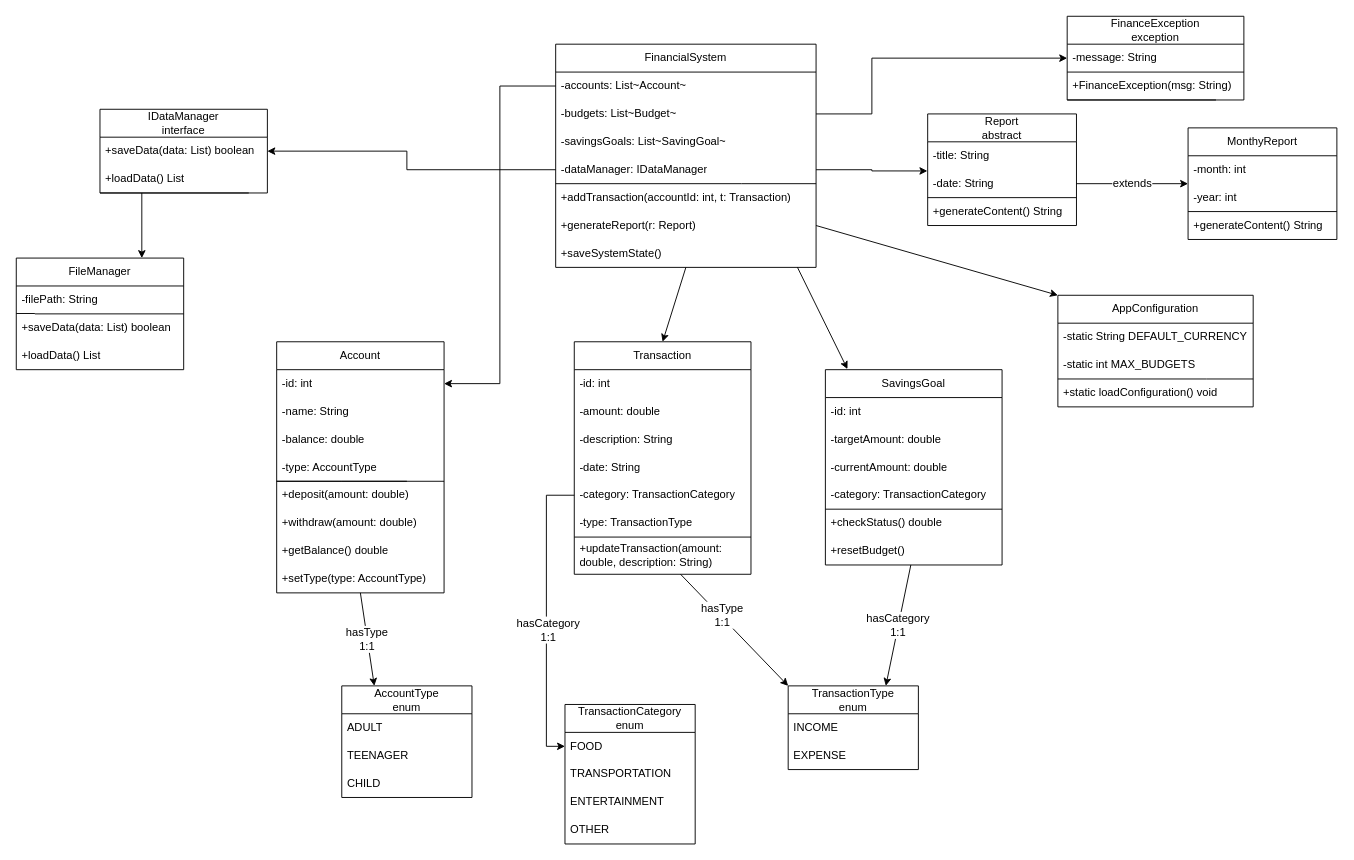
The draw.io diagram Docs/UML.drawio.xml in undeMalum/finance-manager, before the edit. Source tidied: cells renumbered, new cells numbered last; positions are measured from the earlier drawing's top-left corner, leaving out a move shared by most shapes. Both pictures are drawn from the tidied source at 93%, with x=0, y=0 at pixel (16, 16).
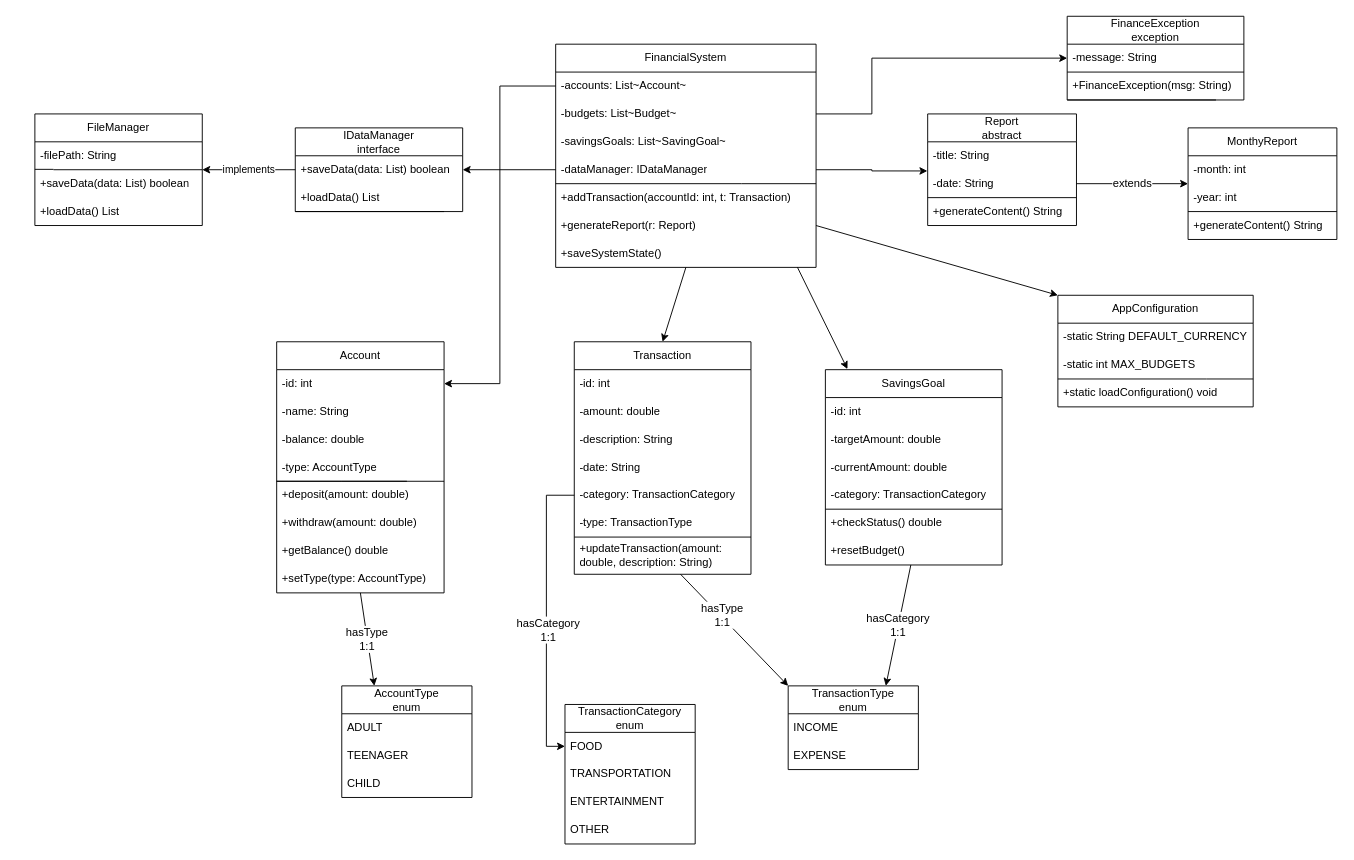
The same page after the edit.

Commit message:
simplify interface part of the UML

Unchanged cells that the change refers to:
```xml
<mxCell id="30" value="-dataManager: IDataManager" style="text;strokeColor=none;fillColor=none;align=left;verticalAlign=middle;spacingLeft=4;spacingRight=4;overflow=hidden;points=[[0,0.5],[1,0.5]];portConstraint=eastwest;whiteSpace=wrap;html=1;fontFamily=Helvetica;fontSize=12;fontColor=default;fontStyle=0;horizontal=1;" parent="26" vertex="1">
  <mxGeometry y="120" width="280" height="30" as="geometry" />
</mxCell>
<mxCell id="65" value="+saveData(data: List) boolean" style="text;strokeColor=none;fillColor=none;align=left;verticalAlign=middle;spacingLeft=4;spacingRight=4;overflow=hidden;points=[[0,0.5],[1,0.5]];portConstraint=eastwest;whiteSpace=wrap;html=1;fontFamily=Helvetica;fontSize=12;fontColor=default;fontStyle=0;horizontal=1;" parent="64" vertex="1">
  <mxGeometry y="30" width="180" height="30" as="geometry" />
</mxCell>
```

Change to the diagram source:
```diff
@@
-    <mxCell id="37" style="endArrow=classic;html=1;rounded=0;fontFamily=Helvetica;fontSize=12;fontColor=default;fontStyle=0;horizontal=1;exitX=0;exitY=0.5;exitDx=0;exitDy=0;entryX=1;entryY=0.5;entryDx=0;entryDy=0;" parent="1" edge="1" source="30" target="65">
-      <mxGeometry relative="1" as="geometry">
-        <Array as="points">
-          <mxPoint x="420" y="165" />
-          <mxPoint x="420" y="145" />
-        </Array>
-      </mxGeometry>
-    </mxCell>
@@
     <mxCell id="64" value="IDataManager&lt;div&gt;interface&lt;/div&gt;" style="swimlane;fontStyle=0;horizontal=1;startSize=30;whiteSpace=wrap;html=1;strokeColor=default;align=center;verticalAlign=middle;fontFamily=Helvetica;fontSize=12;fontColor=default;fillColor=default;" parent="1" vertex="1">
-      <mxGeometry x="90" y="100" width="180" height="90" as="geometry" />
+      <mxGeometry x="300" y="120" width="180" height="90" as="geometry" />
     </mxCell>
@@
-    <mxCell id="68" style="edgeStyle=orthogonalEdgeStyle;rounded=0;jettySize=auto;html=1;exitX=0.75;exitY=0;exitDx=0;exitDy=0;fontFamily=Helvetica;fontSize=12;fontColor=default;fontStyle=0;horizontal=1;startArrow=classic;startFill=1;endArrow=none;endFill=0;" parent="1" edge="1" source="69">
-      <mxGeometry relative="1" as="geometry">
-        <mxPoint x="135" y="190" as="targetPoint" />
-      </mxGeometry>
-    </mxCell>
     <mxCell id="69" value="FileManager" style="swimlane;fontStyle=0;horizontal=1;startSize=30;whiteSpace=wrap;html=1;strokeColor=default;align=center;verticalAlign=middle;fontFamily=Helvetica;fontSize=12;fontColor=default;fillColor=default;" parent="1" vertex="1">
-      <mxGeometry y="260" width="180" height="120" as="geometry" />
+      <mxGeometry x="20" y="105" width="180" height="120" as="geometry" />
     </mxCell>
@@
+    <mxCell id="37" style="edgeStyle=orthogonalEdgeStyle;rounded=0;jettySize=auto;html=1;exitX=0;exitY=0.5;exitDx=0;exitDy=0;entryX=1;entryY=0.5;entryDx=0;entryDy=0;" parent="1" edge="1" source="30" target="65">
+      <mxGeometry relative="1" as="geometry" />
+    </mxCell>
+    <mxCell id="98" value="implements" style="edgeStyle=orthogonalEdgeStyle;rounded=0;jettySize=auto;html=1;exitX=0;exitY=0.5;exitDx=0;exitDy=0;entryX=1;entryY=0.5;entryDx=0;entryDy=0;" parent="1" edge="1" source="65" target="69">
+      <mxGeometry relative="1" as="geometry" />
+    </mxCell>
```
